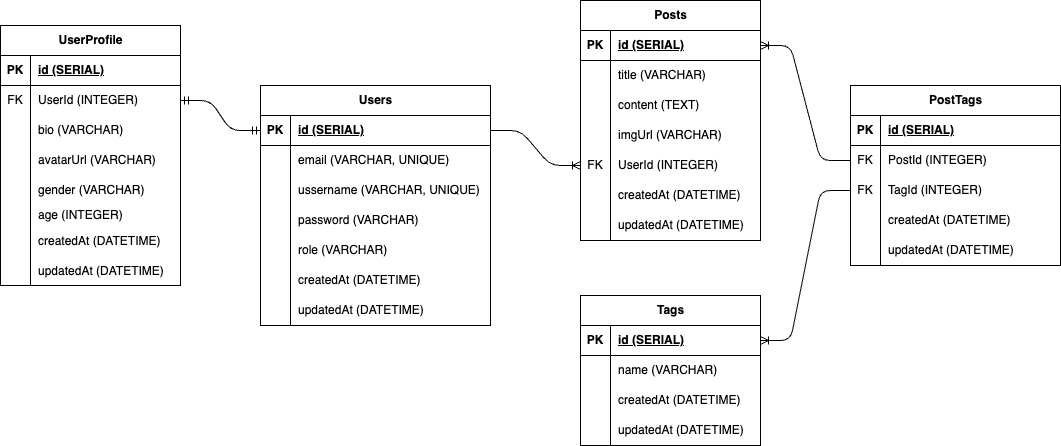
This is SocialMedia.drawio.png from CanSaragih/SocialMedia-Instagram, a draw.io export, as it was before one commit. Source tidied: cells renumbered, new cells last; positions are measured from the earlier drawing's top-left corner, leaving out a move shared by most shapes.
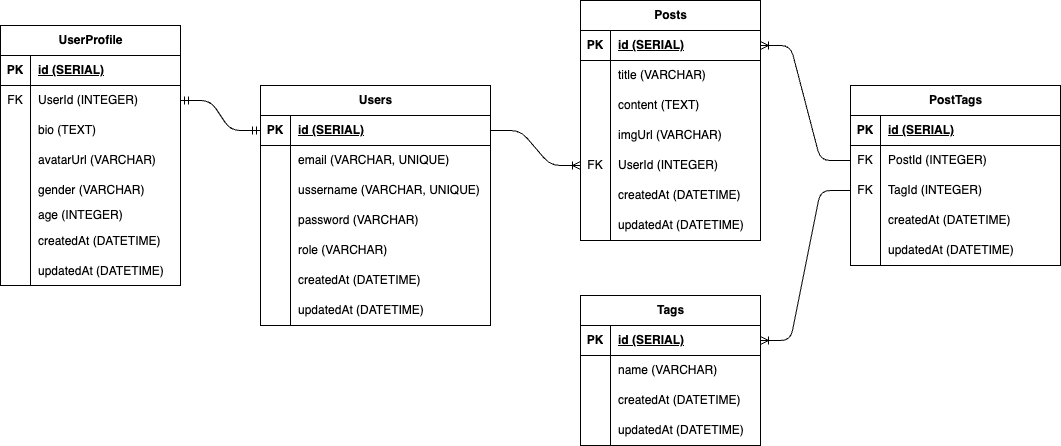
After the change.

Diff of the diagram source:
```diff
@@ -95,7 +95,7 @@
     <mxCell id="32" style="shape=partialRectangle;fillColor=none;top=0;left=0;bottom=0;right=0;overflow=hidden;whiteSpace=wrap;html=1;" parent="31" vertex="1">
       <mxGeometry width="30" height="30" as="geometry" />
     </mxCell>
-    <mxCell id="33" value="bio (VARCHAR)" style="shape=partialRectangle;fillColor=none;top=0;left=0;bottom=0;right=0;align=left;spacingLeft=6;overflow=hidden;whiteSpace=wrap;html=1;" parent="31" vertex="1">
+    <mxCell id="33" value="bio (TEXT)" style="shape=partialRectangle;fillColor=none;top=0;left=0;bottom=0;right=0;align=left;spacingLeft=6;overflow=hidden;whiteSpace=wrap;html=1;" parent="31" vertex="1">
       <mxGeometry x="30" width="150" height="30" as="geometry" />
     </mxCell>
     <mxCell id="34" style="shape=tableRow;horizontal=0;startSize=0;swimlaneHead=0;swimlaneBody=0;fillColor=none;top=0;left=0;right=0;bottom=0;" parent="24" vertex="1">
```
